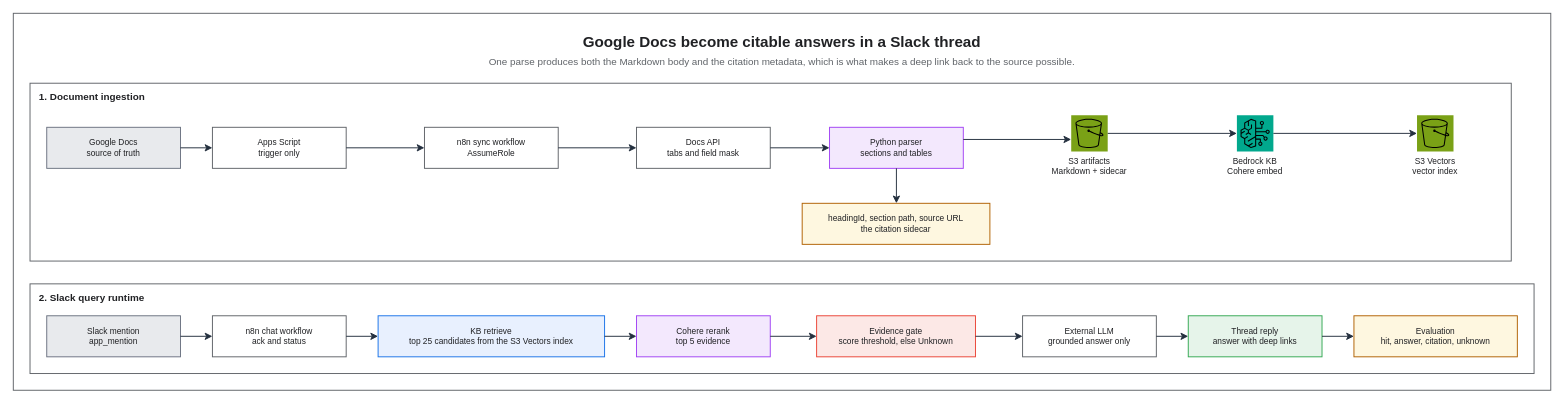
This is assets/img/aws/bedrock-slack-rag-architecture.drawio from KKamJi98/kkamji98.github.io, a draw.io file, before an edit. Source tidied: cells renumbered, new cells numbered last; positions are measured from the earlier drawing's top-left corner, leaving out a move shared by most shapes. Both pictures are drawn from the tidied source at 76%, with x=0, y=0 at pixel (13, 13).
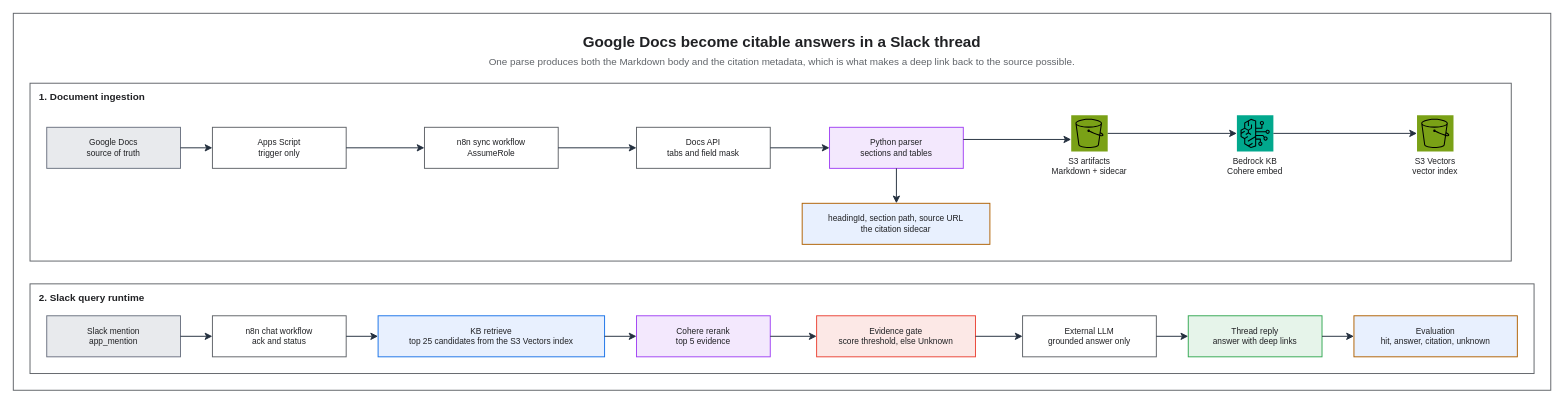
The same diagram, later.

The edit, as a diff of the source:
```diff
@@
-    <mxCell id="12" value="headingId, section path, source URL&#10;the citation sidecar" style="rounded=0;whiteSpace=wrap;html=0;fillColor=#FEF7E0;strokeColor=#B06000;fontColor=#202124;fontSize=11;fontStyle=0;align=center;verticalAlign=middle;spacingLeft=6;spacingRight=6;strokeWidth=1.25;" parent="1" vertex="1">
+    <mxCell id="12" value="headingId, section path, source URL&#10;the citation sidecar" style="rounded=0;whiteSpace=wrap;html=0;fillColor=#E8F0FE;strokeColor=#B06000;fontColor=#202124;fontSize=11;fontStyle=0;align=center;verticalAlign=middle;spacingLeft=6;spacingRight=6;strokeWidth=1.25;" parent="1" vertex="1">
       <mxGeometry x="1038" y="250" width="247" height="54" as="geometry" />
     </mxCell>
@@
-    <mxCell id="23" value="Evaluation&#10;hit, answer, citation, unknown" style="rounded=0;whiteSpace=wrap;html=0;fillColor=#FEF7E0;strokeColor=#B06000;fontColor=#202124;fontSize=11;fontStyle=0;align=center;verticalAlign=middle;spacingLeft=6;spacingRight=6;strokeWidth=1.25;" parent="1" vertex="1">
+    <mxCell id="23" value="Evaluation&#10;hit, answer, citation, unknown" style="rounded=0;whiteSpace=wrap;html=0;fillColor=#E8F0FE;strokeColor=#B06000;fontColor=#202124;fontSize=11;fontStyle=0;align=center;verticalAlign=middle;spacingLeft=6;spacingRight=6;strokeWidth=1.25;" parent="1" vertex="1">
       <mxGeometry x="1764" y="398" width="215" height="54" as="geometry" />
     </mxCell>
```
